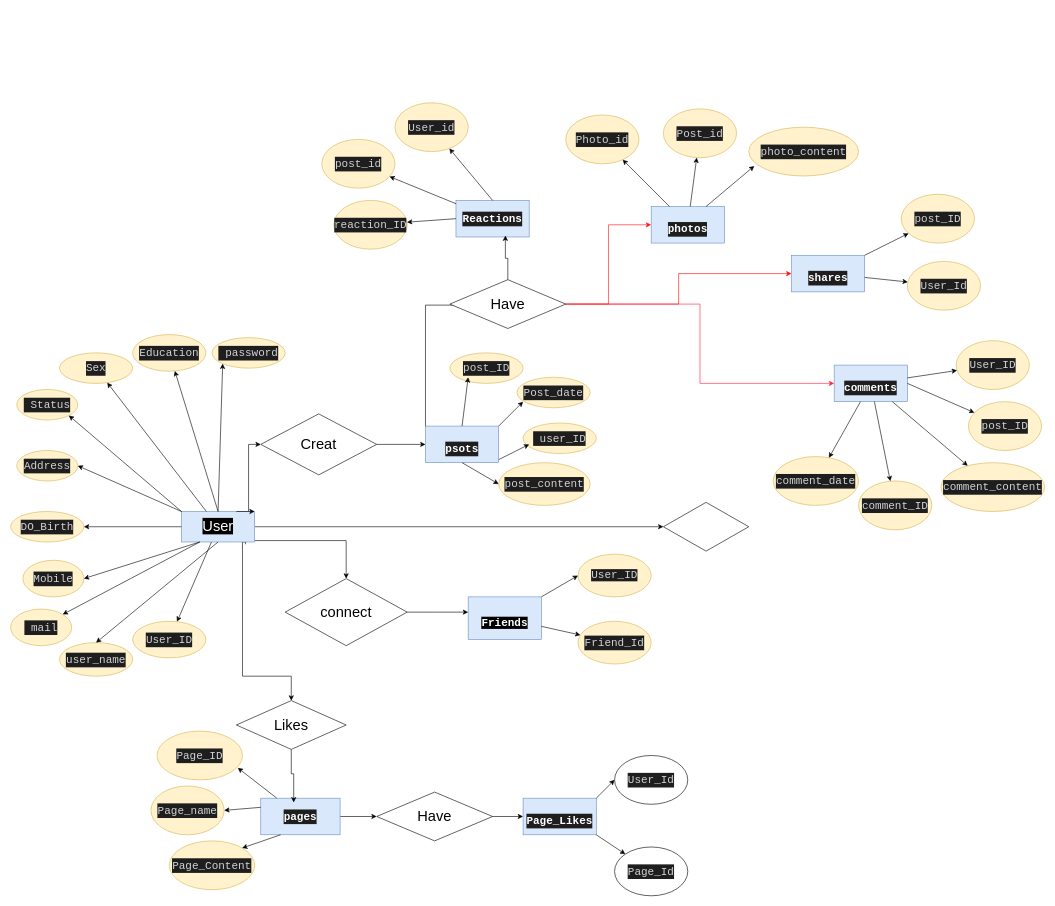
elarabyelaidy19/database_of_databases keeps this draw.io diagram as weyou/Untitled Diagram.drawio. Above is the earlier version. Source tidied: cells renumbered, new cells numbered last; positions are measured from the earlier drawing's top-left corner, leaving out a move shared by most shapes. Both pictures are drawn from the tidied source at 61%, with x=0, y=0 at pixel (10, 102).
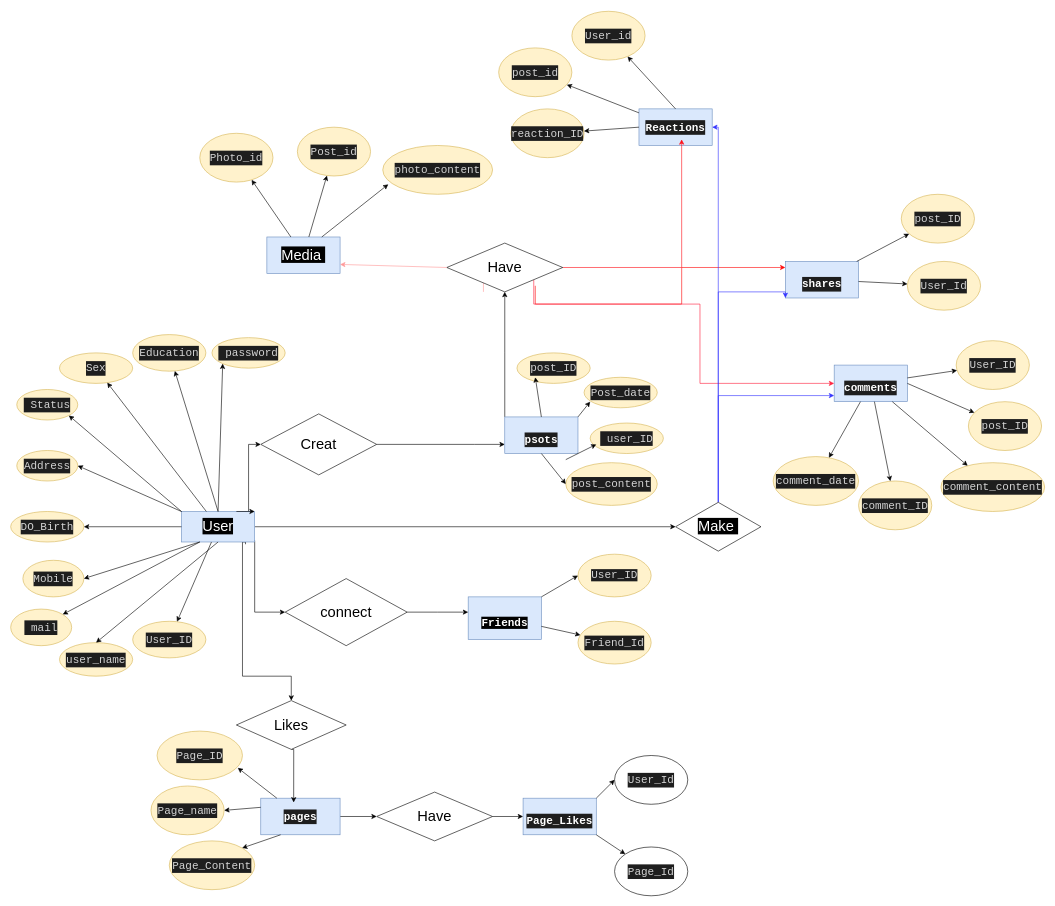
The same diagram, later.

Commit message (it also covers changes not shown here):
ERD Relation

The change refers to these unchanged cells:
```xml
<mxCell id="2" value="&lt;font color=&quot;#ffffff&quot;&gt;&lt;br&gt;&lt;br&gt;&lt;/font&gt;&lt;div style=&quot;background-color: rgb(30 , 30 , 30) ; font-family: &amp;#34;consolas&amp;#34; , &amp;#34;courier new&amp;#34; , monospace ; font-weight: normal ; font-size: 18px ; line-height: 24px&quot;&gt;&lt;div&gt;&lt;span style=&quot;font-weight: bold&quot;&gt;&lt;font color=&quot;#ffffff&quot;&gt;comments&lt;/font&gt;&lt;/span&gt;&lt;/div&gt;&lt;/div&gt;&lt;font color=&quot;#ffffff&quot;&gt;&lt;br&gt;&lt;/font&gt;" style="rounded=0;whiteSpace=wrap;html=1;fillColor=#dae8fc;strokeColor=#6c8ebf;" parent="1" vertex="1">
  <mxGeometry x="1350" y="430" width="120" height="60" as="geometry" />
</mxCell>
<mxCell id="7" value="&lt;div style=&quot;background-color: rgb(30 , 30 , 30) ; font-family: &amp;#34;consolas&amp;#34; , &amp;#34;courier new&amp;#34; , monospace ; font-size: 18px ; line-height: 24px&quot;&gt;&lt;span style=&quot;font-weight: bold&quot;&gt;&lt;font color=&quot;#ffffff&quot;&gt;pages&lt;/font&gt;&lt;/span&gt;&lt;/div&gt;" style="rounded=0;whiteSpace=wrap;html=1;fillColor=#dae8fc;strokeColor=#6c8ebf;" parent="1" vertex="1">
  <mxGeometry x="410" y="1140" width="130" height="60" as="geometry" />
</mxCell>
<mxCell id="12" value="&lt;font style=&quot;font-size: 24px ; background-color: rgb(0 , 0 , 0)&quot; color=&quot;#ffffff&quot;&gt;User&lt;/font&gt;" style="rounded=0;whiteSpace=wrap;html=1;fillColor=#dae8fc;strokeColor=#6c8ebf;" parent="1" vertex="1">
  <mxGeometry x="280" y="670" width="120" height="50" as="geometry" />
</mxCell>
<mxCell id="29" value="&lt;div style=&quot;color: rgb(212 , 212 , 212) ; background-color: rgb(30 , 30 , 30) ; font-family: &amp;#34;consolas&amp;#34; , &amp;#34;courier new&amp;#34; , monospace ; font-weight: normal ; font-size: 18px ; line-height: 24px&quot;&gt;&lt;br&gt;&lt;/div&gt;" style="text;whiteSpace=wrap;html=1;" parent="1" vertex="1">
  <mxGeometry x="730" y="310" width="90" height="40" as="geometry" />
</mxCell>
<mxCell id="54" value="&lt;font style=&quot;font-size: 24px&quot;&gt;Creat&lt;/font&gt;" style="rhombus;whiteSpace=wrap;html=1;" parent="1" vertex="1">
  <mxGeometry x="410" y="510" width="190" height="100" as="geometry" />
</mxCell>
<mxCell id="63" value="&lt;font style=&quot;font-size: 24px&quot;&gt;connect&lt;/font&gt;" style="rhombus;whiteSpace=wrap;html=1;" parent="1" vertex="1">
  <mxGeometry x="450" y="780" width="200" height="110" as="geometry" />
</mxCell>
<mxCell id="82" value="&lt;font style=&quot;font-size: 24px&quot;&gt;Likes&lt;/font&gt;" style="rhombus;whiteSpace=wrap;html=1;" parent="1" vertex="1">
  <mxGeometry x="370" y="980" width="180" height="80" as="geometry" />
</mxCell>
```

Change to the diagram source:
```diff
@@
-    <mxCell id="5" value="&lt;font color=&quot;#ffffff&quot;&gt;&lt;br&gt;&lt;br&gt;&lt;/font&gt;&lt;div style=&quot;background-color: rgb(30 , 30 , 30) ; font-family: &amp;#34;consolas&amp;#34; , &amp;#34;courier new&amp;#34; , monospace ; font-weight: normal ; font-size: 18px ; line-height: 24px&quot;&gt;&lt;div&gt;&lt;span style=&quot;font-weight: bold&quot;&gt;&lt;font color=&quot;#ffffff&quot;&gt;photos&lt;/font&gt;&lt;/span&gt;&lt;/div&gt;&lt;/div&gt;&lt;font color=&quot;#ffffff&quot;&gt;&lt;br&gt;&lt;/font&gt;" style="rounded=0;whiteSpace=wrap;html=1;fillColor=#dae8fc;strokeColor=#6c8ebf;" parent="1" vertex="1">
-      <mxGeometry x="1050" y="170" width="120" height="60" as="geometry" />
+    <mxCell id="5" value="&lt;font color=&quot;#ffffff&quot;&gt;&lt;font style=&quot;font-size: 24px ; background-color: rgb(0 , 0 , 0)&quot;&gt;Media&amp;nbsp;&lt;/font&gt;&lt;br&gt;&lt;/font&gt;" style="rounded=0;whiteSpace=wrap;html=1;fillColor=#dae8fc;strokeColor=#6c8ebf;" parent="1" vertex="1">
+      <mxGeometry x="420" y="220" width="120" height="60" as="geometry" />
     </mxCell>
@@
-    <mxCell id="9" style="edgeStyle=orthogonalEdgeStyle;rounded=0;jettySize=auto;html=1;entryX=0.5;entryY=0;entryDx=0;entryDy=0;exitX=0.908;exitY=0.954;exitDx=0;exitDy=0;exitPerimeter=0;" parent="1" edge="1" source="12" target="63">
-      <mxGeometry relative="1" as="geometry" />
+    <mxCell id="9" style="edgeStyle=orthogonalEdgeStyle;rounded=0;jettySize=auto;html=1;entryX=0;entryY=0.5;entryDx=0;entryDy=0;exitX=0.908;exitY=0.954;exitDx=0;exitDy=0;exitPerimeter=0;" parent="1" edge="1" source="12" target="63">
+      <mxGeometry relative="1" as="geometry">
+        <Array as="points">
+          <mxPoint x="400" y="718" />
+          <mxPoint x="400" y="835" />
+        </Array>
+      </mxGeometry>
     </mxCell>
@@
-    <mxCell id="13" style="edgeStyle=orthogonalEdgeStyle;rounded=0;jettySize=auto;html=1;exitX=0;exitY=0;exitDx=0;exitDy=0;entryX=0.111;entryY=0.521;entryDx=0;entryDy=0;entryPerimeter=0;" parent="1" edge="1" source="14" target="59">
+    <mxCell id="13" style="edgeStyle=orthogonalEdgeStyle;rounded=0;jettySize=auto;html=1;exitX=0;exitY=0;exitDx=0;exitDy=0;entryX=0.5;entryY=1;entryDx=0;entryDy=0;" parent="1" edge="1" source="14" target="59">
       <mxGeometry relative="1" as="geometry">
         <Array as="points">
-          <mxPoint x="680" y="332" />
+          <mxPoint x="810" y="410" />
+          <mxPoint x="810" y="410" />
         </Array>
       </mxGeometry>
     </mxCell>
     <mxCell id="14" value="&lt;font color=&quot;#ffffff&quot;&gt;&lt;br&gt;&lt;br&gt;&lt;/font&gt;&lt;div style=&quot;background-color: rgb(30 , 30 , 30) ; font-family: &amp;#34;consolas&amp;#34; , &amp;#34;courier new&amp;#34; , monospace ; font-weight: normal ; font-size: 18px ; line-height: 24px&quot;&gt;&lt;div&gt;&lt;span style=&quot;font-weight: bold&quot;&gt;&lt;font color=&quot;#ffffff&quot;&gt;psots&lt;/font&gt;&lt;/span&gt;&lt;/div&gt;&lt;/div&gt;&lt;font color=&quot;#ffffff&quot;&gt;&lt;br&gt;&lt;/font&gt;" style="rounded=0;whiteSpace=wrap;html=1;fillColor=#dae8fc;strokeColor=#6c8ebf;" parent="1" vertex="1">
-      <mxGeometry x="680" y="530" width="120" height="60" as="geometry" />
+      <mxGeometry x="810" y="515" width="120" height="60" as="geometry" />
     </mxCell>
     <mxCell id="15" value="&lt;font color=&quot;#ffffff&quot;&gt;&lt;br&gt;&lt;br&gt;&lt;/font&gt;&lt;div style=&quot;background-color: rgb(30 , 30 , 30) ; font-family: &amp;#34;consolas&amp;#34; , &amp;#34;courier new&amp;#34; , monospace ; font-weight: normal ; font-size: 18px ; line-height: 24px&quot;&gt;&lt;div&gt;&lt;span style=&quot;font-weight: bold&quot;&gt;&lt;font color=&quot;#ffffff&quot;&gt;shares&lt;/font&gt;&lt;/span&gt;&lt;/div&gt;&lt;/div&gt;&lt;font color=&quot;#ffffff&quot;&gt;&lt;br&gt;&lt;/font&gt;" style="rounded=0;whiteSpace=wrap;html=1;fillColor=#dae8fc;strokeColor=#6c8ebf;" parent="1" vertex="1">
-      <mxGeometry x="1280" y="250" width="120" height="60" as="geometry" />
+      <mxGeometry x="1270" y="260" width="120" height="60" as="geometry" />
     </mxCell>
     <mxCell id="16" value="&lt;div style=&quot;background-color: rgb(30 , 30 , 30) ; font-family: &amp;#34;consolas&amp;#34; , &amp;#34;courier new&amp;#34; , monospace ; font-size: 18px ; line-height: 24px&quot;&gt;&lt;span style=&quot;font-weight: bold&quot;&gt;&lt;font color=&quot;#ffffff&quot;&gt;Reactions&lt;/font&gt;&lt;/span&gt;&lt;/div&gt;" style="rounded=0;whiteSpace=wrap;html=1;fillColor=#dae8fc;strokeColor=#6c8ebf;" parent="1" vertex="1">
-      <mxGeometry x="730" y="160" width="120" height="60" as="geometry" />
+      <mxGeometry x="1030" y="10" width="120" height="60" as="geometry" />
     </mxCell>
@@
     <mxCell id="27" value="&lt;div style=&quot;color: rgb(212 , 212 , 212) ; background-color: rgb(30 , 30 , 30) ; font-family: &amp;#34;consolas&amp;#34; , &amp;#34;courier new&amp;#34; , monospace ; font-size: 18px ; line-height: 24px&quot;&gt;&lt;div style=&quot;font-family: &amp;#34;consolas&amp;#34; , &amp;#34;courier new&amp;#34; , monospace ; line-height: 24px&quot;&gt;&amp;nbsp;user_ID&lt;/div&gt;&lt;/div&gt;" style="ellipse;whiteSpace=wrap;html=1;fillColor=#fff2cc;strokeColor=#d6b656;" parent="1" vertex="1">
-      <mxGeometry x="840" y="525" width="120" height="50" as="geometry" />
+      <mxGeometry x="950" y="525" width="120" height="50" as="geometry" />
     </mxCell>
@@
+    <mxCell id="101" style="edgeStyle=orthogonalEdgeStyle;rounded=0;jettySize=auto;html=1;strokeColor=#FF9999;" parent="1" edge="1" source="29" target="59">
+      <mxGeometry relative="1" as="geometry" />
+    </mxCell>
@@
     <mxCell id="30" value="&lt;div style=&quot;color: rgb(212 , 212 , 212) ; background-color: rgb(30 , 30 , 30) ; font-family: &amp;#34;consolas&amp;#34; , &amp;#34;courier new&amp;#34; , monospace ; font-size: 18px ; line-height: 24px&quot;&gt;&lt;div style=&quot;font-family: &amp;#34;consolas&amp;#34; , &amp;#34;courier new&amp;#34; , monospace ; line-height: 24px&quot;&gt;post_ID&lt;/div&gt;&lt;/div&gt;" style="ellipse;whiteSpace=wrap;html=1;fillColor=#fff2cc;strokeColor=#d6b656;" parent="1" vertex="1">
-      <mxGeometry x="720" y="410" width="120" height="50" as="geometry" />
+      <mxGeometry x="830" y="410" width="120" height="50" as="geometry" />
     </mxCell>
     <mxCell id="31" value="&lt;div style=&quot;color: rgb(212 , 212 , 212) ; background-color: rgb(30 , 30 , 30) ; font-family: &amp;#34;consolas&amp;#34; , &amp;#34;courier new&amp;#34; , monospace ; font-size: 18px ; line-height: 24px&quot;&gt;&lt;div style=&quot;font-family: &amp;#34;consolas&amp;#34; , &amp;#34;courier new&amp;#34; , monospace ; line-height: 24px&quot;&gt;post_content&lt;/div&gt;&lt;/div&gt;" style="ellipse;whiteSpace=wrap;html=1;fillColor=#fff2cc;strokeColor=#d6b656;" parent="1" vertex="1">
-      <mxGeometry x="800" y="590" width="150" height="70" as="geometry" />
+      <mxGeometry x="910" y="590" width="150" height="70" as="geometry" />
     </mxCell>
     <mxCell id="32" value="&lt;div style=&quot;color: rgb(212 , 212 , 212) ; background-color: rgb(30 , 30 , 30) ; font-family: &amp;#34;consolas&amp;#34; , &amp;#34;courier new&amp;#34; , monospace ; font-size: 18px ; line-height: 24px&quot;&gt;&lt;div style=&quot;font-family: &amp;#34;consolas&amp;#34; , &amp;#34;courier new&amp;#34; , monospace ; line-height: 24px&quot;&gt;Post_date&lt;/div&gt;&lt;/div&gt;" style="ellipse;whiteSpace=wrap;html=1;fillColor=#fff2cc;strokeColor=#d6b656;" parent="1" vertex="1">
-      <mxGeometry x="830" y="450" width="120" height="50" as="geometry" />
+      <mxGeometry x="940" y="450" width="120" height="50" as="geometry" />
     </mxCell>
@@
     <mxCell id="39" value="&#10;&#10;&lt;div style=&quot;color: rgb(212, 212, 212); background-color: rgb(30, 30, 30); font-family: consolas, &amp;quot;courier new&amp;quot;, monospace; font-weight: normal; font-size: 18px; line-height: 24px;&quot;&gt;&lt;div&gt;&lt;span style=&quot;color: #d4d4d4&quot;&gt;User_id&lt;/span&gt;&lt;/div&gt;&lt;/div&gt;&#10;&#10;" style="ellipse;whiteSpace=wrap;html=1;fillColor=#fff2cc;strokeColor=#d6b656;" parent="1" vertex="1">
-      <mxGeometry x="630" width="120" height="80" as="geometry" />
+      <mxGeometry x="920" y="-150" width="120" height="80" as="geometry" />
     </mxCell>
     <mxCell id="40" value="&#10;&#10;&lt;div style=&quot;color: rgb(212, 212, 212); background-color: rgb(30, 30, 30); font-family: consolas, &amp;quot;courier new&amp;quot;, monospace; font-weight: normal; font-size: 18px; line-height: 24px;&quot;&gt;&lt;div&gt;&lt;span style=&quot;color: #d4d4d4&quot;&gt;reaction_ID&lt;/span&gt;&lt;/div&gt;&lt;/div&gt;&#10;&#10;" style="ellipse;whiteSpace=wrap;html=1;fillColor=#fff2cc;strokeColor=#d6b656;" parent="1" vertex="1">
-      <mxGeometry x="530" y="160" width="120" height="80" as="geometry" />
+      <mxGeometry x="820" y="10" width="120" height="80" as="geometry" />
     </mxCell>
     <mxCell id="41" value="&#10;&#10;&lt;div style=&quot;color: rgb(212, 212, 212); background-color: rgb(30, 30, 30); font-family: consolas, &amp;quot;courier new&amp;quot;, monospace; font-weight: normal; font-size: 18px; line-height: 24px;&quot;&gt;&lt;div&gt;&lt;span style=&quot;color: #d4d4d4&quot;&gt;post_id&lt;/span&gt;&lt;/div&gt;&lt;/div&gt;&#10;&#10;" style="ellipse;whiteSpace=wrap;html=1;fillColor=#fff2cc;strokeColor=#d6b656;" parent="1" vertex="1">
-      <mxGeometry x="510" y="60" width="120" height="80" as="geometry" />
+      <mxGeometry x="800" y="-90" width="120" height="80" as="geometry" />
     </mxCell>
     <mxCell id="42" value="&#10;&#10;&lt;div style=&quot;color: rgb(212, 212, 212); background-color: rgb(30, 30, 30); font-family: consolas, &amp;quot;courier new&amp;quot;, monospace; font-weight: normal; font-size: 18px; line-height: 24px;&quot;&gt;&lt;div&gt;&lt;span style=&quot;color: #d4d4d4&quot;&gt;photo_content&lt;/span&gt;&lt;/div&gt;&lt;/div&gt;&#10;&#10;" style="ellipse;whiteSpace=wrap;html=1;fillColor=#fff2cc;strokeColor=#d6b656;" parent="1" vertex="1">
-      <mxGeometry x="1210" y="40" width="180" height="80" as="geometry" />
+      <mxGeometry x="610" y="70" width="180" height="80" as="geometry" />
     </mxCell>
     <mxCell id="43" value="&#10;&#10;&lt;div style=&quot;color: rgb(212, 212, 212); background-color: rgb(30, 30, 30); font-family: consolas, &amp;quot;courier new&amp;quot;, monospace; font-weight: normal; font-size: 18px; line-height: 24px;&quot;&gt;&lt;div&gt;&lt;span style=&quot;color: #d4d4d4&quot;&gt;Post_id&lt;/span&gt;&lt;/div&gt;&lt;/div&gt;&#10;&#10;" style="ellipse;whiteSpace=wrap;html=1;fillColor=#fff2cc;strokeColor=#d6b656;" parent="1" vertex="1">
-      <mxGeometry x="1070" y="10" width="120" height="80" as="geometry" />
+      <mxGeometry x="470" y="40" width="120" height="80" as="geometry" />
     </mxCell>
     <mxCell id="44" value="&#10;&#10;&lt;div style=&quot;color: rgb(212, 212, 212); background-color: rgb(30, 30, 30); font-family: consolas, &amp;quot;courier new&amp;quot;, monospace; font-weight: normal; font-size: 18px; line-height: 24px;&quot;&gt;&lt;div&gt;&lt;span style=&quot;color: #d4d4d4&quot;&gt;Photo_id&lt;/span&gt;&lt;/div&gt;&lt;/div&gt;&#10;&#10;" style="ellipse;whiteSpace=wrap;html=1;fillColor=#fff2cc;strokeColor=#d6b656;" parent="1" vertex="1">
-      <mxGeometry x="910" y="20" width="120" height="80" as="geometry" />
+      <mxGeometry x="310" y="50" width="120" height="80" as="geometry" />
     </mxCell>
@@
     <mxCell id="53" style="edgeStyle=orthogonalEdgeStyle;rounded=0;jettySize=auto;html=1;exitX=1;exitY=0.5;exitDx=0;exitDy=0;" parent="1" edge="1" source="54" target="14">
-      <mxGeometry relative="1" as="geometry" />
+      <mxGeometry relative="1" as="geometry">
+        <Array as="points">
+          <mxPoint x="760" y="560" />
+          <mxPoint x="760" y="560" />
+        </Array>
+      </mxGeometry>
     </mxCell>
@@
-    <mxCell id="55" style="edgeStyle=orthogonalEdgeStyle;rounded=0;jettySize=auto;html=1;exitX=0.5;exitY=0;exitDx=0;exitDy=0;entryX=0.675;entryY=0.961;entryDx=0;entryDy=0;entryPerimeter=0;" parent="1" edge="1" source="59" target="16">
-      <mxGeometry relative="1" as="geometry" />
-    </mxCell>
-    <mxCell id="56" style="edgeStyle=orthogonalEdgeStyle;rounded=0;jettySize=auto;html=1;exitX=1;exitY=0.5;exitDx=0;exitDy=0;entryX=0;entryY=0.5;entryDx=0;entryDy=0;strokeColor=#FF121A;" parent="1" edge="1" source="59" target="5">
-      <mxGeometry relative="1" as="geometry">
-        <Array as="points">
-          <mxPoint x="980" y="330" />
-          <mxPoint x="980" y="200" />
-        </Array>
-      </mxGeometry>
-    </mxCell>
-    <mxCell id="57" style="edgeStyle=orthogonalEdgeStyle;rounded=0;jettySize=auto;html=1;entryX=0;entryY=0.5;entryDx=0;entryDy=0;strokeColor=#FF0808;" parent="1" edge="1" source="59" target="15">
-      <mxGeometry relative="1" as="geometry" />
+    <mxCell id="57" style="edgeStyle=orthogonalEdgeStyle;rounded=0;jettySize=auto;html=1;strokeColor=#FF0808;" parent="1" edge="1" target="15">
+      <mxGeometry relative="1" as="geometry">
+        <mxPoint x="860" y="300" as="sourcePoint" />
+        <Array as="points">
+          <mxPoint x="1100" y="330" />
+          <mxPoint x="1100" y="270" />
+        </Array>
+      </mxGeometry>
     </mxCell>
-    <mxCell id="58" style="edgeStyle=orthogonalEdgeStyle;rounded=0;jettySize=auto;html=1;entryX=0;entryY=0.5;entryDx=0;entryDy=0;strokeColor=#FF213F;" parent="1" edge="1" source="59" target="2">
-      <mxGeometry relative="1" as="geometry" />
+    <mxCell id="58" style="edgeStyle=orthogonalEdgeStyle;rounded=0;jettySize=auto;html=1;entryX=0;entryY=0.5;entryDx=0;entryDy=0;strokeColor=#FF213F;exitX=1;exitY=1;exitDx=0;exitDy=0;" parent="1" edge="1" source="59" target="2">
+      <mxGeometry relative="1" as="geometry">
+        <Array as="points">
+          <mxPoint x="858" y="330" />
+          <mxPoint x="1130" y="330" />
+          <mxPoint x="1130" y="460" />
+        </Array>
+      </mxGeometry>
     </mxCell>
+    <mxCell id="55" style="edgeStyle=orthogonalEdgeStyle;rounded=0;jettySize=auto;html=1;entryX=0.583;entryY=0.833;entryDx=0;entryDy=0;entryPerimeter=0;strokeColor=#FF121A;" parent="1" edge="1" source="59" target="16">
+      <mxGeometry relative="1" as="geometry" />
+    </mxCell>
     <mxCell id="59" value="&lt;font style=&quot;font-size: 24px&quot;&gt;Have&lt;/font&gt;" style="rhombus;whiteSpace=wrap;html=1;" parent="1" vertex="1">
-      <mxGeometry x="720" y="290" width="190" height="80" as="geometry" />
+      <mxGeometry x="715" y="230" width="190" height="80" as="geometry" />
     </mxCell>
@@
     <mxCell id="64" style="endArrow=classic;html=1;exitX=0.5;exitY=0;exitDx=0;exitDy=0;" parent="1" edge="1" source="14">
       <mxGeometry relative="1" as="geometry">
-        <mxPoint x="750" y="450" as="targetPoint" />
+        <mxPoint x="860" y="450" as="targetPoint" />
       </mxGeometry>
     </mxCell>
@@
     <mxCell id="75" style="endArrow=classic;html=1;exitX=1;exitY=0;exitDx=0;exitDy=0;" parent="1" edge="1" source="14">
       <mxGeometry relative="1" as="geometry">
-        <mxPoint x="840" y="490" as="targetPoint" />
+        <mxPoint x="950" y="490" as="targetPoint" />
       </mxGeometry>
     </mxCell>
     <mxCell id="76" style="endArrow=classic;html=1;" parent="1" edge="1">
       <mxGeometry relative="1" as="geometry">
-        <mxPoint x="800" y="585" as="sourcePoint" />
-        <mxPoint x="850" y="560" as="targetPoint" />
+        <mxPoint x="910" y="585" as="sourcePoint" />
+        <mxPoint x="960" y="560" as="targetPoint" />
       </mxGeometry>
     </mxCell>
@@
     <mxCell id="81" style="edgeStyle=orthogonalEdgeStyle;rounded=0;jettySize=auto;html=1;exitX=0.5;exitY=1;exitDx=0;exitDy=0;entryX=0.415;entryY=0.117;entryDx=0;entryDy=0;entryPerimeter=0;" parent="1" edge="1" source="82" target="7">
-      <mxGeometry relative="1" as="geometry" />
+      <mxGeometry relative="1" as="geometry">
+        <Array as="points">
+          <mxPoint x="464" y="1060" />
+        </Array>
+      </mxGeometry>
     </mxCell>
@@
+    <mxCell id="102" style="edgeStyle=orthogonalEdgeStyle;rounded=0;jettySize=auto;html=1;strokeColor=#3333FF;exitX=0.5;exitY=0;exitDx=0;exitDy=0;" parent="1" edge="1" source="100" target="2">
+      <mxGeometry relative="1" as="geometry">
+        <Array as="points">
+          <mxPoint x="1160" y="480" />
+        </Array>
+      </mxGeometry>
+    </mxCell>
+    <mxCell id="103" style="edgeStyle=orthogonalEdgeStyle;rounded=0;jettySize=auto;html=1;strokeColor=#3333FF;entryX=0;entryY=1;entryDx=0;entryDy=0;" parent="1" edge="1" source="100" target="15">
+      <mxGeometry relative="1" as="geometry">
+        <Array as="points">
+          <mxPoint x="1160" y="310" />
+        </Array>
+      </mxGeometry>
+    </mxCell>
+    <mxCell id="104" style="edgeStyle=orthogonalEdgeStyle;rounded=0;jettySize=auto;html=1;entryX=1;entryY=0.5;entryDx=0;entryDy=0;strokeColor=#3333FF;" parent="1" edge="1" source="100" target="16">
+      <mxGeometry relative="1" as="geometry">
+        <Array as="points">
+          <mxPoint x="1160" y="40" />
+        </Array>
+      </mxGeometry>
+    </mxCell>
-    <mxCell id="100" style="rhombus;whiteSpace=wrap;html=1;" parent="1" vertex="1">
-      <mxGeometry x="1070" y="655" width="140" height="80" as="geometry" />
+    <mxCell id="100" value="&lt;font color=&quot;#ffffff&quot; style=&quot;font-size: 24px ; background-color: rgb(0 , 0 , 0)&quot;&gt;Make&amp;nbsp;&lt;/font&gt;" style="rhombus;whiteSpace=wrap;html=1;" parent="1" vertex="1">
+      <mxGeometry x="1090" y="655" width="140" height="80" as="geometry" />
     </mxCell>
+    <mxCell id="56" style="endArrow=classic;html=1;entryX=1;entryY=0.75;entryDx=0;entryDy=0;exitX=0;exitY=0.5;exitDx=0;exitDy=0;strokeColor=#FF9999;" parent="1" edge="1" source="59" target="5">
+      <mxGeometry relative="1" as="geometry" />
+    </mxCell>
```
